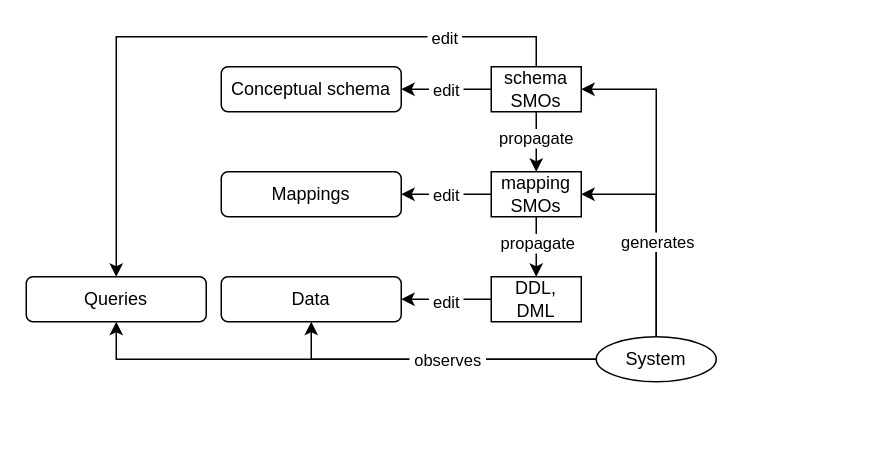
Above: page "evolution_hierarchy" (1 of 12) of img/src/commentary.drawio in tuaki/phd-thesis (draw.io), before the change. Source tidied: cells renumbered, new cells numbered last; positions are measured from the earlier drawing's top-left corner, leaving out a move shared by most shapes. Both pictures are drawn from the tidied source at 150%, with x=0, y=0 at pixel (26, 36).
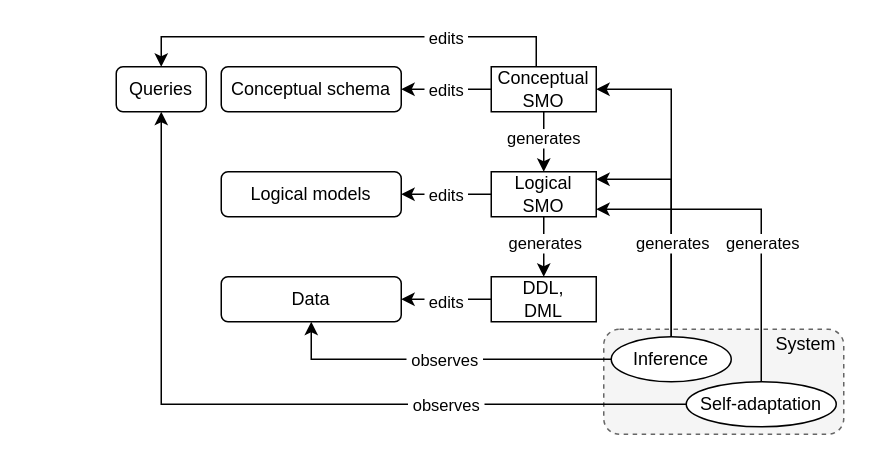
After the change.

Unchanged cells that the change refers to:
```xml
<mxCell id="4" value="Data" style="rounded=1;whiteSpace=wrap;html=1;" parent="1" vertex="1">
  <mxGeometry x="130" y="160" width="120" height="30" as="geometry" />
</mxCell>
<mxCell id="6" style="edgeStyle=orthogonalEdgeStyle;rounded=0;jettySize=auto;html=1;" parent="1" edge="1" source="12" target="2">
  <mxGeometry relative="1" as="geometry" />
</mxCell>
<mxCell id="8" style="edgeStyle=orthogonalEdgeStyle;rounded=0;jettySize=auto;html=1;" parent="1" edge="1" source="12" target="17">
  <mxGeometry relative="1" as="geometry" />
</mxCell>
<mxCell id="13" style="edgeStyle=orthogonalEdgeStyle;rounded=0;jettySize=auto;html=1;" parent="1" edge="1" source="17" target="3">
  <mxGeometry relative="1" as="geometry" />
</mxCell>
<mxCell id="15" style="edgeStyle=orthogonalEdgeStyle;rounded=0;jettySize=auto;html=1;" parent="1" edge="1" source="17" target="27">
  <mxGeometry relative="1" as="geometry" />
</mxCell>
<mxCell id="18" style="edgeStyle=orthogonalEdgeStyle;rounded=0;jettySize=auto;html=1;" parent="1" edge="1" source="24" target="5">
  <mxGeometry relative="1" as="geometry" />
</mxCell>
<mxCell id="25" style="edgeStyle=orthogonalEdgeStyle;rounded=0;jettySize=auto;html=1;" parent="1" edge="1" source="27" target="4">
  <mxGeometry relative="1" as="geometry" />
</mxCell>
```

Change to the diagram source:
```diff
@@
+    <mxCell id="28" style="rounded=1;whiteSpace=wrap;html=1;dashed=1;fillColor=#f5f5f5;fontColor=#333333;strokeColor=#666666;" parent="1" vertex="1">
+      <mxGeometry x="385" y="195" width="160" height="70" as="geometry" />
+    </mxCell>
@@
-    <mxCell id="3" value="Mappings" style="rounded=1;whiteSpace=wrap;html=1;" parent="1" vertex="1">
+    <mxCell id="3" value="Logical models" style="rounded=1;whiteSpace=wrap;html=1;" parent="1" vertex="1">
       <mxGeometry x="130" y="90" width="120" height="30" as="geometry" />
     </mxCell>
@@
     <mxCell id="5" value="Queries" style="rounded=1;whiteSpace=wrap;html=1;" parent="1" vertex="1">
-      <mxGeometry y="160" width="120" height="30" as="geometry" />
+      <mxGeometry x="60" y="20" width="60" height="30" as="geometry" />
     </mxCell>
@@
-    <mxCell id="7" value="&amp;nbsp;edit&amp;nbsp;" style="edgeLabel;html=1;align=center;verticalAlign=middle;" parent="6" vertex="1">
+    <mxCell id="7" value="&amp;nbsp;edits&amp;nbsp;" style="edgeLabel;html=1;align=center;verticalAlign=middle;" parent="6" vertex="1">
       <mxGeometry x="0.04" relative="1" as="geometry" />
     </mxCell>
@@
-    <mxCell id="9" value="propagate" style="edgeLabel;html=1;align=center;verticalAlign=middle;" parent="8" vertex="1">
+    <mxCell id="9" value="generates" style="edgeLabel;html=1;align=center;verticalAlign=middle;" parent="8" vertex="1">
       <mxGeometry x="-0.15" y="-1" relative="1" as="geometry" />
     </mxCell>
     <mxCell id="10" style="edgeStyle=orthogonalEdgeStyle;rounded=0;jettySize=auto;html=1;" parent="1" edge="1" source="12" target="5">
       <mxGeometry relative="1" as="geometry">
         <Array as="points">
           <mxPoint x="340" />
-          <mxPoint x="60" />
+          <mxPoint x="90" />
         </Array>
       </mxGeometry>
     </mxCell>
-    <mxCell id="11" value="&amp;nbsp;edit&amp;nbsp;" style="edgeLabel;html=1;align=center;verticalAlign=middle;" parent="10" vertex="1">
+    <mxCell id="11" value="&amp;nbsp;edits&amp;nbsp;" style="edgeLabel;html=1;align=center;verticalAlign=middle;" parent="10" vertex="1">
       <mxGeometry x="-0.35" y="-1" relative="1" as="geometry">
-        <mxPoint x="68" y="1" as="offset" />
+        <mxPoint x="13" y="1" as="offset" />
       </mxGeometry>
     </mxCell>
-    <mxCell id="12" value="schema&lt;div&gt;SMOs&lt;/div&gt;" style="rounded=0;whiteSpace=wrap;html=1;" parent="1" vertex="1">
-      <mxGeometry x="310" y="20" width="60" height="30" as="geometry" />
+    <mxCell id="12" value="Conceptual&lt;div&gt;SMO&lt;/div&gt;" style="rounded=0;whiteSpace=wrap;html=1;" parent="1" vertex="1">
+      <mxGeometry x="310" y="20" width="70" height="30" as="geometry" />
     </mxCell>
@@
-    <mxCell id="14" value="&amp;nbsp;edit&amp;nbsp;" style="edgeLabel;html=1;align=center;verticalAlign=middle;" parent="13" vertex="1">
+    <mxCell id="14" value="&amp;nbsp;edits&amp;nbsp;" style="edgeLabel;html=1;align=center;verticalAlign=middle;" parent="13" vertex="1">
       <mxGeometry x="0.03" relative="1" as="geometry" />
     </mxCell>
@@
-    <mxCell id="16" value="propagate" style="edgeLabel;html=1;align=center;verticalAlign=middle;" parent="15" vertex="1">
+    <mxCell id="16" value="generates" style="edgeLabel;html=1;align=center;verticalAlign=middle;" parent="15" vertex="1">
       <mxGeometry x="-0.15" y="-1" relative="1" as="geometry">
         <mxPoint x="1" as="offset" />
       </mxGeometry>
     </mxCell>
-    <mxCell id="17" value="mapping&lt;div&gt;SMOs&lt;/div&gt;" style="rounded=0;whiteSpace=wrap;html=1;" parent="1" vertex="1">
-      <mxGeometry x="310" y="90" width="60" height="30" as="geometry" />
+    <mxCell id="17" value="Logical&lt;div&gt;SMO&lt;/div&gt;" style="rounded=0;whiteSpace=wrap;html=1;" parent="1" vertex="1">
+      <mxGeometry x="310" y="90" width="70" height="30" as="geometry" />
     </mxCell>
@@
+    <mxCell id="29" value="&amp;nbsp;observes&amp;nbsp;" style="edgeLabel;html=1;align=center;verticalAlign=middle;" parent="18" vertex="1">
+      <mxGeometry x="-0.41" relative="1" as="geometry" />
+    </mxCell>
-    <mxCell id="19" style="edgeStyle=orthogonalEdgeStyle;rounded=0;jettySize=auto;html=1;" parent="1" edge="1" source="24" target="4">
-      <mxGeometry relative="1" as="geometry" />
+    <mxCell id="19" style="edgeStyle=orthogonalEdgeStyle;rounded=0;jettySize=auto;html=1;" parent="1" edge="1" source="30" target="4">
+      <mxGeometry relative="1" as="geometry">
+        <Array as="points">
+          <mxPoint x="190" y="215" />
+        </Array>
+      </mxGeometry>
     </mxCell>
     <mxCell id="20" value="&amp;nbsp;observes&amp;nbsp;" style="edgeLabel;html=1;align=center;verticalAlign=middle;" parent="19" vertex="1">
       <mxGeometry x="-0.3" y="-1" relative="1" as="geometry">
-        <mxPoint x="-25" y="1" as="offset" />
+        <mxPoint x="-33" y="1" as="offset" />
       </mxGeometry>
     </mxCell>
-    <mxCell id="21" style="edgeStyle=orthogonalEdgeStyle;rounded=0;jettySize=auto;html=1;" parent="1" edge="1" source="24" target="12">
+    <mxCell id="21" style="edgeStyle=orthogonalEdgeStyle;rounded=0;jettySize=auto;html=1;" parent="1" edge="1" source="30" target="12">
       <mxGeometry relative="1" as="geometry">
         <Array as="points">
-          <mxPoint x="420" y="35" />
+          <mxPoint x="430" y="35" />
         </Array>
       </mxGeometry>
     </mxCell>
-    <mxCell id="22" style="edgeStyle=orthogonalEdgeStyle;rounded=0;jettySize=auto;html=1;" parent="1" edge="1" source="24" target="17">
+    <mxCell id="22" style="edgeStyle=orthogonalEdgeStyle;rounded=0;jettySize=auto;html=1;flowAnimation=0;shadow=0;" parent="1" edge="1" source="30" target="17">
       <mxGeometry relative="1" as="geometry">
         <Array as="points">
-          <mxPoint x="420" y="105" />
+          <mxPoint x="430" y="95" />
         </Array>
       </mxGeometry>
     </mxCell>
     <mxCell id="23" value="generates" style="edgeLabel;html=1;align=center;verticalAlign=middle;" parent="22" vertex="1">
       <mxGeometry x="-0.51" relative="1" as="geometry">
-        <mxPoint y="-28" as="offset" />
+        <mxPoint y="-25" as="offset" />
       </mxGeometry>
     </mxCell>
-    <mxCell id="24" value="System" style="ellipse;whiteSpace=wrap;html=1;" parent="1" vertex="1">
-      <mxGeometry x="380" y="200" width="80" height="30" as="geometry" />
+    <mxCell id="24" value="Self-adaptation" style="ellipse;whiteSpace=wrap;html=1;" parent="1" vertex="1">
+      <mxGeometry x="440" y="230" width="100" height="30" as="geometry" />
     </mxCell>
@@
-    <mxCell id="26" value="&amp;nbsp;edit&amp;nbsp;" style="edgeLabel;html=1;align=center;verticalAlign=middle;" parent="25" vertex="1">
+    <mxCell id="26" value="&amp;nbsp;edits&amp;nbsp;" style="edgeLabel;html=1;align=center;verticalAlign=middle;" parent="25" vertex="1">
       <mxGeometry x="0.02" y="1" relative="1" as="geometry" />
     </mxCell>
     <mxCell id="27" value="DDL,&lt;div&gt;DML&lt;/div&gt;" style="rounded=0;whiteSpace=wrap;html=1;" parent="1" vertex="1">
-      <mxGeometry x="310" y="160" width="60" height="30" as="geometry" />
+      <mxGeometry x="310" y="160" width="70" height="30" as="geometry" />
     </mxCell>
+    <mxCell id="30" value="Inference" style="ellipse;whiteSpace=wrap;html=1;" parent="1" vertex="1">
+      <mxGeometry x="390" y="200" width="80" height="30" as="geometry" />
+    </mxCell>
+    <mxCell id="31" style="edgeStyle=orthogonalEdgeStyle;rounded=0;jettySize=auto;html=1;" parent="1" edge="1" source="24" target="17">
+      <mxGeometry relative="1" as="geometry">
+        <Array as="points">
+          <mxPoint x="490" y="115" />
+        </Array>
+      </mxGeometry>
+    </mxCell>
+    <mxCell id="32" value="generates" style="edgeLabel;html=1;align=center;verticalAlign=middle;" parent="31" vertex="1">
+      <mxGeometry x="-0.51" relative="1" as="geometry">
+        <mxPoint y="-38" as="offset" />
+      </mxGeometry>
+    </mxCell>
+    <mxCell id="33" value="System" style="text;html=1;whiteSpace=wrap;strokeColor=none;fillColor=none;align=center;verticalAlign=middle;rounded=0;" parent="1" vertex="1">
+      <mxGeometry x="495" y="195" width="50" height="20" as="geometry" />
+    </mxCell>
```
